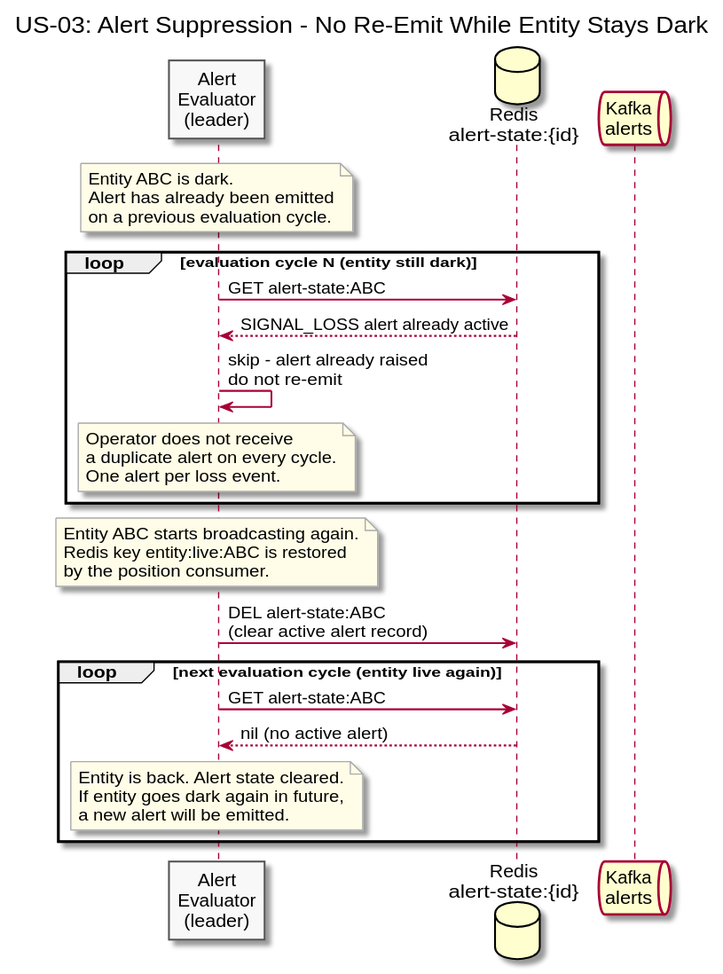
The PlantUML diagram diagrams/docs/use-cases/US-03-signal-loss-alert/alert-suppression.svg in Buffden/sentinel, before a commit.
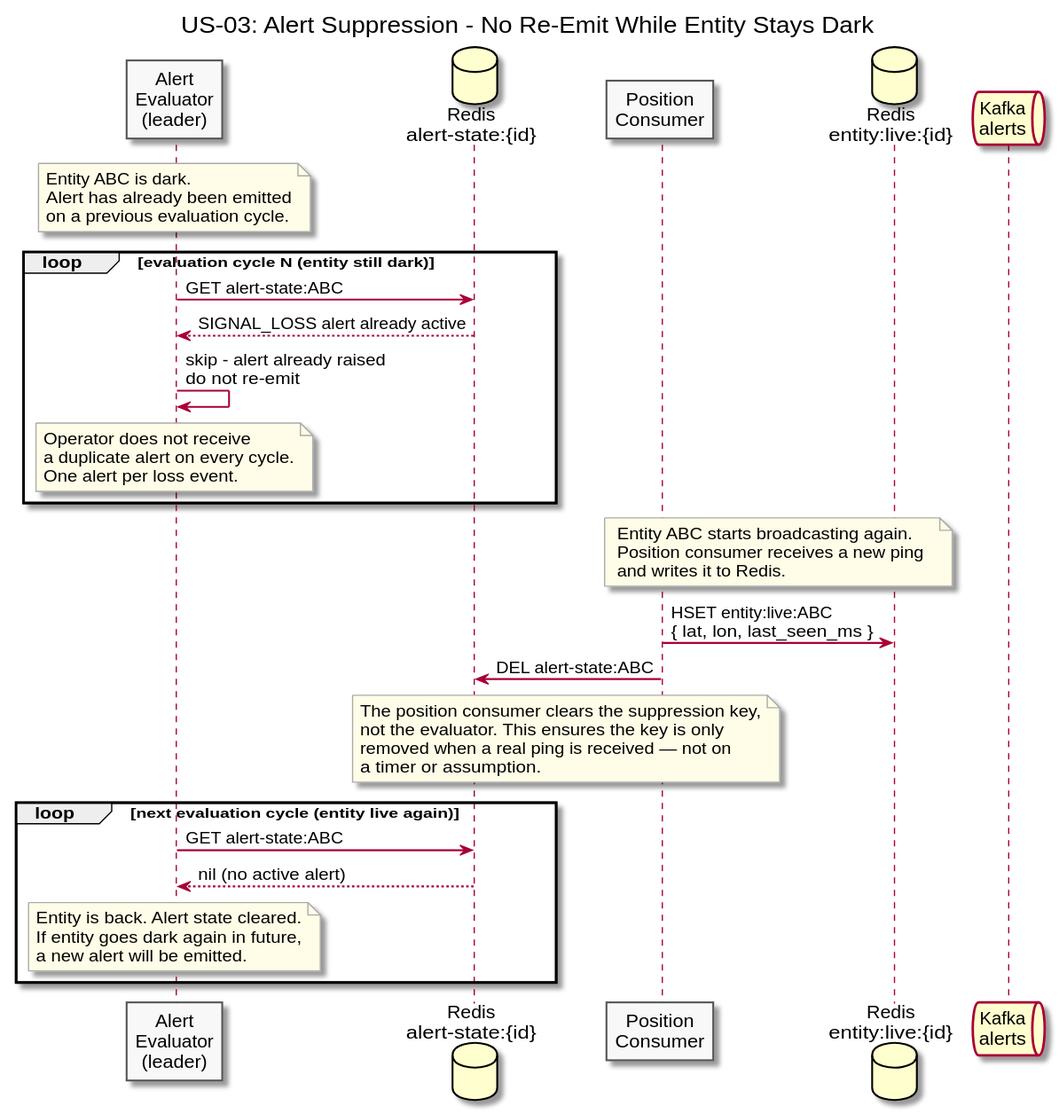
The same file after the commit.

The edit, as a diff of the source:
```diff
@@ -9,6 +9,8 @@
 
 participant "Alert\nEvaluator\n(leader)" as Evaluator
 database "Redis\nalert-state:{id}" as AlertState
+participant "Position\nConsumer" as Consumer
+database "Redis\nentity:live:{id}" as LiveState
 queue "Kafka\nalerts" as Kafka
 
 note over Evaluator
@@ -30,13 +32,20 @@
   end note
 end
 
-note over Evaluator
+note over Consumer, LiveState
   Entity ABC starts broadcasting again.
-  Redis key entity:live:ABC is restored
-  by the position consumer.
+  Position consumer receives a new ping
+  and writes it to Redis.
 end note
 
-Evaluator -> AlertState : DEL alert-state:ABC\n(clear active alert record)
+Consumer -> LiveState : HSET entity:live:ABC\n{ lat, lon, last_seen_ms }
+Consumer -> AlertState : DEL alert-state:ABC
+note over Consumer, AlertState
+  The position consumer clears the suppression key,
+  not the evaluator. This ensures the key is only
+  removed when a real ping is received — not on
+  a timer or assumption.
+end note
 
 loop next evaluation cycle (entity live again)
   Evaluator -> AlertState : GET alert-state:ABC
```
